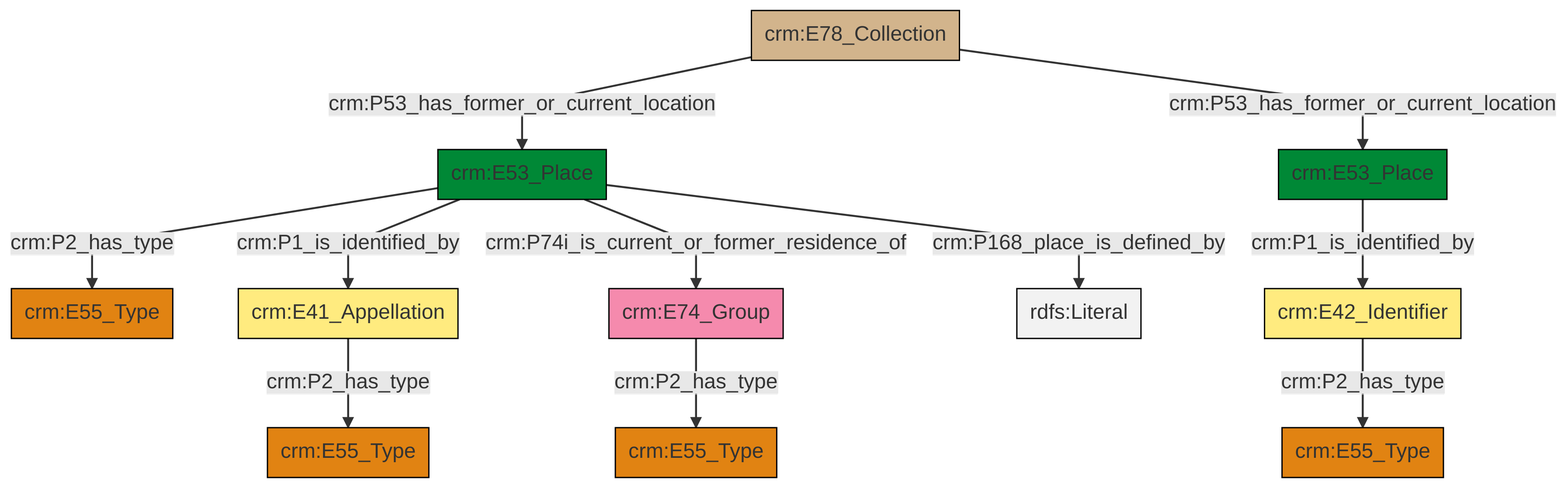
Before: et/archivalCSV/ttl/mmd/png/archival_location.png, a diagram exported from Mermaid (swiss-art-research-net/docs.swissartresearch). Its source is kept beside it as et/archivalCSV/ttl/mmd/archival_location.ttl.mmd.
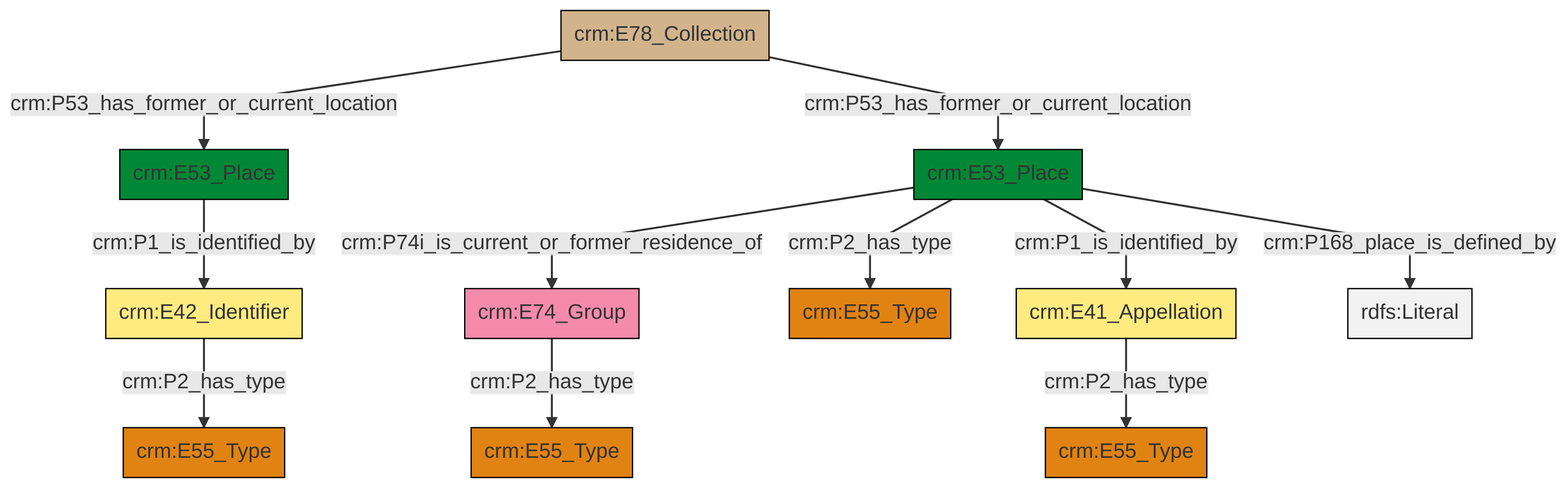
After the change.

What changed in the source:
```diff
@@ -13,13 +13,13 @@
 classDef PC_Classes fill:#4ce600, stroke:#000000;
 classDef Multi fill:#cccccc,stroke:#000000;
 
-0["crm:E53_Place"]:::Place -->|crm:P2_has_type| 2["crm:E55_Type"]:::Type
-3["crm:E78_Collection"]:::Physical_Thing -->|crm:P53_has_former_or_current_location| 0["crm:E53_Place"]:::Place
-0["crm:E53_Place"]:::Place -->|crm:P1_is_identified_by| 5["crm:E41_Appellation"]:::Appellation
-9["crm:E74_Group"]:::Actor -->|crm:P2_has_type| 10["crm:E55_Type"]:::Type
-13["crm:E53_Place"]:::Place -->|crm:P1_is_identified_by| 14["crm:E42_Identifier"]:::Appellation
-0["crm:E53_Place"]:::Place -->|crm:P74i_is_current_or_former_residence_of| 9["crm:E74_Group"]:::Actor
-3["crm:E78_Collection"]:::Physical_Thing -->|crm:P53_has_former_or_current_location| 13["crm:E53_Place"]:::Place
-14["crm:E42_Identifier"]:::Appellation -->|crm:P2_has_type| 7["crm:E55_Type"]:::Type
-0["crm:E53_Place"]:::Place -->|crm:P168_place_is_defined_by| 20[rdfs:Literal]:::Literal
-5["crm:E41_Appellation"]:::Appellation -->|crm:P2_has_type| 11["crm:E55_Type"]:::Type
+2["crm:E78_Collection"]:::Physical_Thing -->|crm:P53_has_former_or_current_location| 3["crm:E53_Place"]:::Place
+13["crm:E74_Group"]:::Actor -->|crm:P2_has_type| 4["crm:E55_Type"]:::Type
+6["crm:E53_Place"]:::Place -->|crm:P74i_is_current_or_former_residence_of| 13["crm:E74_Group"]:::Actor
+8["crm:E41_Appellation"]:::Appellation -->|crm:P2_has_type| 14["crm:E55_Type"]:::Type
+6["crm:E53_Place"]:::Place -->|crm:P2_has_type| 0["crm:E55_Type"]:::Type
+3["crm:E53_Place"]:::Place -->|crm:P1_is_identified_by| 10["crm:E42_Identifier"]:::Appellation
+2["crm:E78_Collection"]:::Physical_Thing -->|crm:P53_has_former_or_current_location| 6["crm:E53_Place"]:::Place
+6["crm:E53_Place"]:::Place -->|crm:P1_is_identified_by| 8["crm:E41_Appellation"]:::Appellation
+6["crm:E53_Place"]:::Place -->|crm:P168_place_is_defined_by| 24[rdfs:Literal]:::Literal
+10["crm:E42_Identifier"]:::Appellation -->|crm:P2_has_type| 21["crm:E55_Type"]:::Type
```
